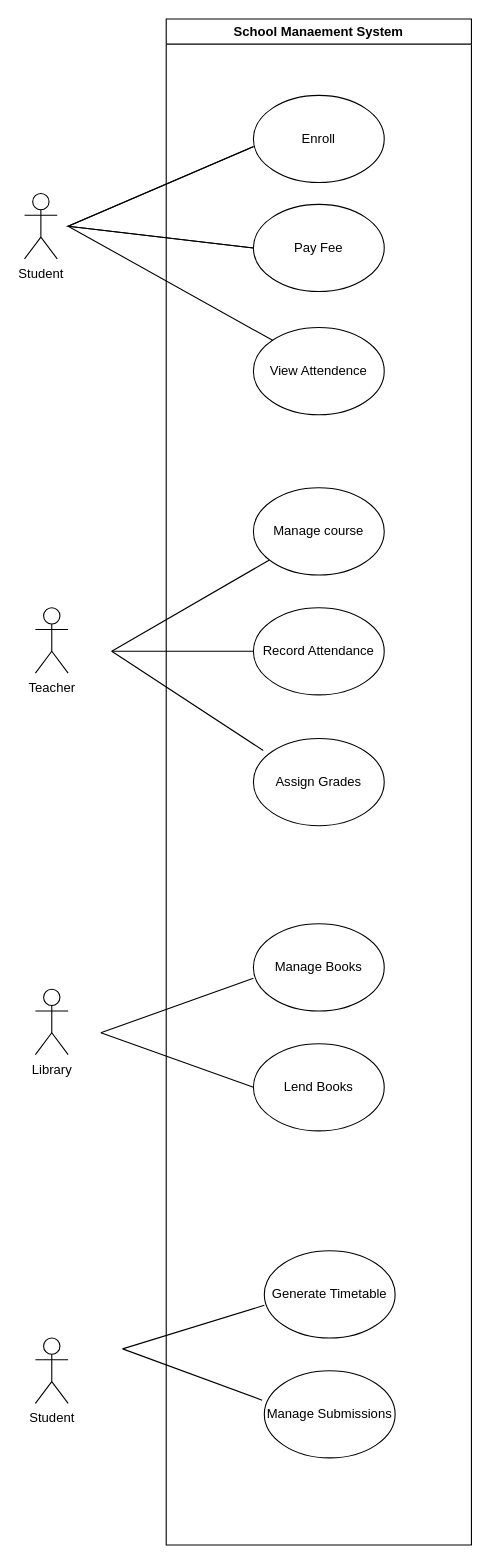
The draw.io diagram use_case.drawio in Zimmad/blood_don_system, before the edit. Source tidied: cells renumbered, new cells numbered last; positions are measured from the earlier drawing's top-left corner, leaving out a move shared by most shapes. Both pictures are drawn from the tidied source at 109%, with x=0, y=0 at pixel (24, 19).
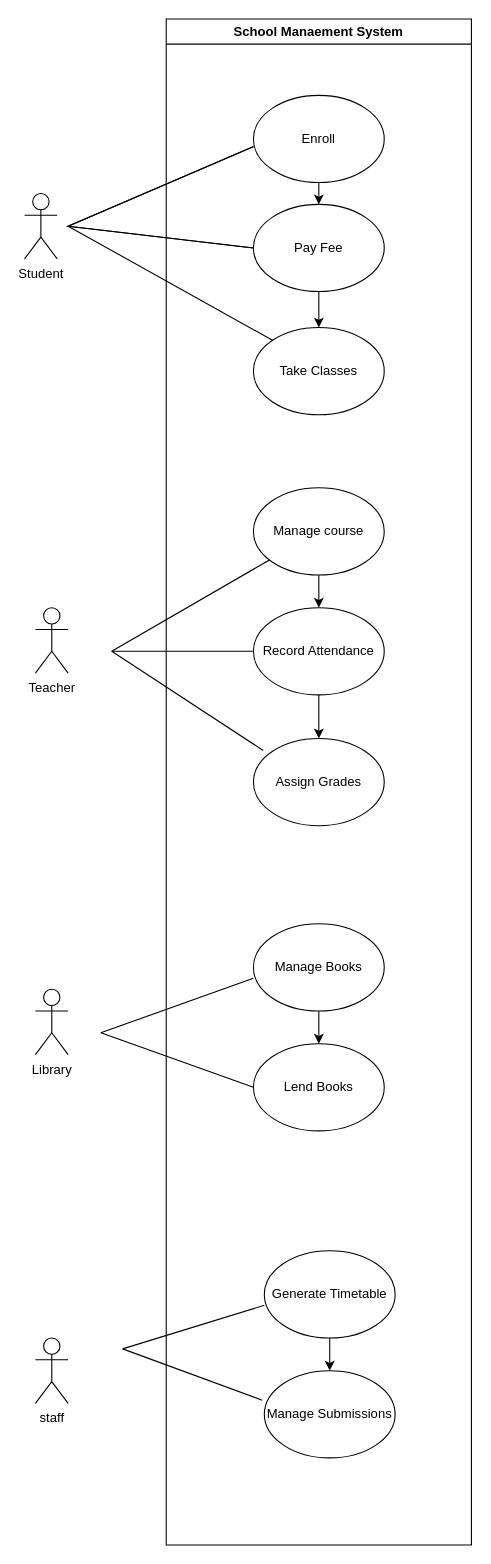
The same page after the edit.

The change refers to these unchanged cells:
```xml
<mxCell id="2" value="School Manaement System" style="swimlane;whiteSpace=wrap;" parent="1" vertex="1">
  <mxGeometry x="130" width="280" height="1400" as="geometry" />
</mxCell>
<mxCell id="3" value="Enroll" style="ellipse;whiteSpace=wrap;html=1;" parent="2" vertex="1">
  <mxGeometry x="80" y="70" width="120" height="80" as="geometry" />
</mxCell>
<mxCell id="4" value="Pay Fee" style="ellipse;whiteSpace=wrap;html=1;" parent="2" vertex="1">
  <mxGeometry x="80" y="170" width="120" height="80" as="geometry" />
</mxCell>
<mxCell id="6" value="Manage course" style="ellipse;whiteSpace=wrap;html=1;" parent="2" vertex="1">
  <mxGeometry x="80" y="430" width="120" height="80" as="geometry" />
</mxCell>
<mxCell id="7" value="Record Attendance" style="ellipse;whiteSpace=wrap;html=1;" parent="2" vertex="1">
  <mxGeometry x="80" y="540" width="120" height="80" as="geometry" />
</mxCell>
<mxCell id="8" value="Assign Grades" style="ellipse;whiteSpace=wrap;html=1;" parent="2" vertex="1">
  <mxGeometry x="80" y="660" width="120" height="80" as="geometry" />
</mxCell>
<mxCell id="9" value="Manage Books" style="ellipse;whiteSpace=wrap;html=1;" parent="2" vertex="1">
  <mxGeometry x="80" y="830" width="120" height="80" as="geometry" />
</mxCell>
<mxCell id="10" value="Lend Books" style="ellipse;whiteSpace=wrap;html=1;" parent="2" vertex="1">
  <mxGeometry x="80" y="940" width="120" height="80" as="geometry" />
</mxCell>
<mxCell id="11" value="Generate Timetable" style="ellipse;whiteSpace=wrap;html=1;" parent="2" vertex="1">
  <mxGeometry x="90" y="1130" width="120" height="80" as="geometry" />
</mxCell>
<mxCell id="12" value="Manage Submissions" style="ellipse;whiteSpace=wrap;html=1;" parent="2" vertex="1">
  <mxGeometry x="90" y="1240" width="120" height="80" as="geometry" />
</mxCell>
```

Diff of the diagram source:
```diff
@@
+    <mxCell id="27" style="edgeStyle=none;html=1;" parent="2" edge="1" source="3" target="4">
+      <mxGeometry relative="1" as="geometry" />
+    </mxCell>
@@
+    <mxCell id="28" style="edgeStyle=none;html=1;entryX=0.5;entryY=0;entryDx=0;entryDy=0;" parent="2" edge="1" source="4" target="5">
+      <mxGeometry relative="1" as="geometry" />
+    </mxCell>
@@
-    <mxCell id="5" value="View Attendence" style="ellipse;whiteSpace=wrap;html=1;" parent="2" vertex="1">
+    <mxCell id="5" value="Take Classes" style="ellipse;whiteSpace=wrap;html=1;" parent="2" vertex="1">
       <mxGeometry x="80" y="283" width="120" height="80" as="geometry" />
     </mxCell>
+    <mxCell id="29" style="edgeStyle=none;html=1;" parent="2" edge="1" source="6" target="7">
+      <mxGeometry relative="1" as="geometry" />
+    </mxCell>
@@
+    <mxCell id="30" style="edgeStyle=none;html=1;entryX=0.5;entryY=0;entryDx=0;entryDy=0;" parent="2" edge="1" source="7" target="8">
+      <mxGeometry relative="1" as="geometry" />
+    </mxCell>
@@
+    <mxCell id="31" style="edgeStyle=none;html=1;" parent="2" edge="1" source="9" target="10">
+      <mxGeometry relative="1" as="geometry" />
+    </mxCell>
@@
+    <mxCell id="32" style="edgeStyle=none;html=1;" parent="2" edge="1" source="11" target="12">
+      <mxGeometry relative="1" as="geometry" />
+    </mxCell>
@@
-    <mxCell id="19" value="Student" style="shape=umlActor;verticalLabelPosition=bottom;verticalAlign=top;html=1;" parent="1" vertex="1">
+    <mxCell id="19" value="staff" style="shape=umlActor;verticalLabelPosition=bottom;verticalAlign=top;html=1;" parent="1" vertex="1">
       <mxGeometry x="10" y="1210" width="30" height="60" as="geometry" />
     </mxCell>
```
